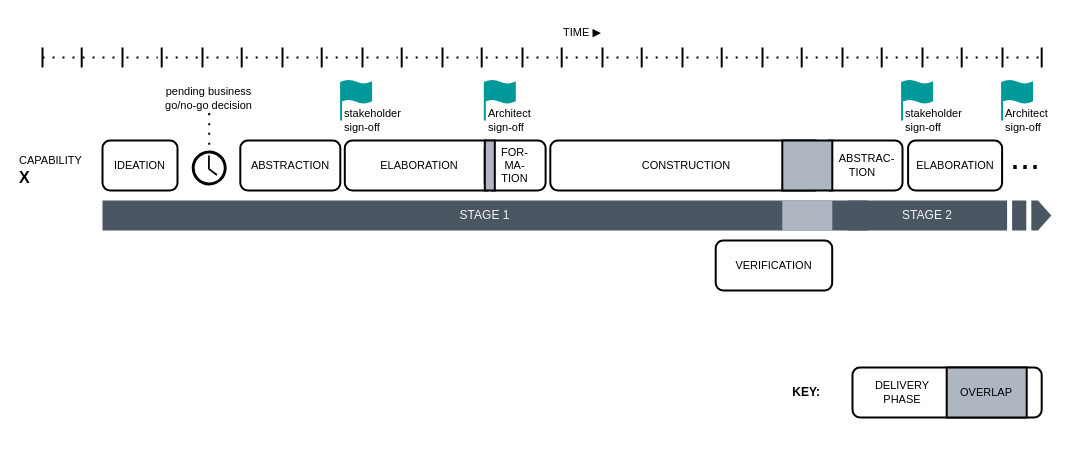
Earlier version of the draw.io diagram page "process-example-x" (4 of 13) of assets/diagrams.drawio (ekoutanov/CONTROL). Source tidied: cells renumbered, new cells numbered last; positions are measured from the earlier drawing's top-left corner, leaving out a move shared by most shapes. Both pictures are drawn from the tidied source at 100%, with x=0, y=0 at pixel (17, 17).
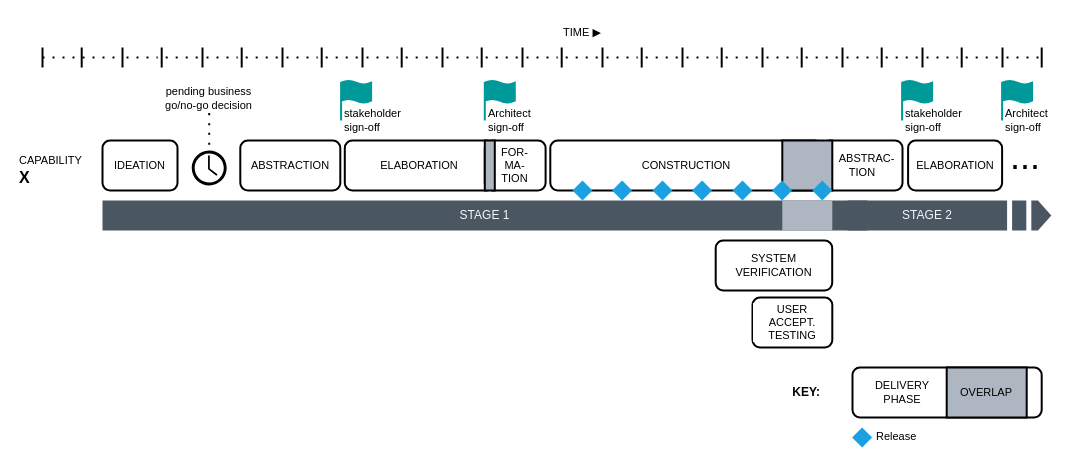
Above is the later version.

What changed in the source:
```diff
@@
-    <mxCell id="75" value="VERIFICATION" style="rounded=1;whiteSpace=wrap;html=1;fontFamily=Helvetica;fontSize=11;fontColor=default;labelBackgroundColor=default;verticalAlign=middle;strokeWidth=2;" parent="1" vertex="1">
+    <mxCell id="75" value="SYSTEM&lt;div&gt;VERIFICATION&lt;/div&gt;" style="rounded=1;whiteSpace=wrap;html=1;fontFamily=Helvetica;fontSize=11;fontColor=default;labelBackgroundColor=default;verticalAlign=middle;strokeWidth=2;" parent="1" vertex="1">
       <mxGeometry x="698.2" y="223" width="116.5" height="50" as="geometry" />
     </mxCell>
+    <mxCell id="76" value="USER ACCEPT. TESTING" style="rounded=1;whiteSpace=wrap;html=1;fontFamily=Helvetica;fontSize=11;fontColor=default;labelBackgroundColor=default;verticalAlign=middle;strokeWidth=2;" parent="1" vertex="1">
+      <mxGeometry x="735" y="280" width="79.8" height="50" as="geometry" />
+    </mxCell>
+    <mxCell id="77" style="rhombus;whiteSpace=wrap;html=1;fontFamily=Helvetica;fontSize=11;fontColor=#ffffff;labelBackgroundColor=default;fillColor=#1ba1e2;strokeColor=none;" parent="1" vertex="1">
+      <mxGeometry x="555" y="163" width="20" height="20" as="geometry" />
+    </mxCell>
+    <mxCell id="78" style="rhombus;whiteSpace=wrap;html=1;fontFamily=Helvetica;fontSize=11;fontColor=#ffffff;labelBackgroundColor=default;fillColor=#1ba1e2;strokeColor=none;" parent="1" vertex="1">
+      <mxGeometry x="594.6" y="163" width="20" height="20" as="geometry" />
+    </mxCell>
+    <mxCell id="79" style="rhombus;whiteSpace=wrap;html=1;fontFamily=Helvetica;fontSize=11;fontColor=#ffffff;labelBackgroundColor=default;fillColor=#1ba1e2;strokeColor=none;" parent="1" vertex="1">
+      <mxGeometry x="635" y="163" width="20" height="20" as="geometry" />
+    </mxCell>
+    <mxCell id="80" style="rhombus;whiteSpace=wrap;html=1;fontFamily=Helvetica;fontSize=11;fontColor=#ffffff;labelBackgroundColor=default;fillColor=#1ba1e2;strokeColor=none;" parent="1" vertex="1">
+      <mxGeometry x="674.6" y="163" width="20" height="20" as="geometry" />
+    </mxCell>
+    <mxCell id="81" style="rhombus;whiteSpace=wrap;html=1;fontFamily=Helvetica;fontSize=11;fontColor=#ffffff;labelBackgroundColor=default;fillColor=#1ba1e2;strokeColor=none;" parent="1" vertex="1">
+      <mxGeometry x="715" y="163" width="20" height="20" as="geometry" />
+    </mxCell>
+    <mxCell id="82" style="rhombus;whiteSpace=wrap;html=1;fontFamily=Helvetica;fontSize=11;fontColor=#ffffff;labelBackgroundColor=default;fillColor=#1ba1e2;strokeColor=none;" parent="1" vertex="1">
+      <mxGeometry x="754.6" y="163" width="20" height="20" as="geometry" />
+    </mxCell>
+    <mxCell id="83" style="rhombus;whiteSpace=wrap;html=1;fontFamily=Helvetica;fontSize=11;fontColor=#ffffff;labelBackgroundColor=default;fillColor=#1ba1e2;strokeColor=none;" parent="1" vertex="1">
+      <mxGeometry x="794.8" y="163" width="20" height="20" as="geometry" />
+    </mxCell>
+    <mxCell id="84" style="rhombus;whiteSpace=wrap;html=1;fontFamily=Helvetica;fontSize=11;fontColor=#ffffff;labelBackgroundColor=default;fillColor=#1ba1e2;strokeColor=none;" parent="1" vertex="1">
+      <mxGeometry x="834.6" y="410" width="20" height="20" as="geometry" />
+    </mxCell>
+    <mxCell id="85" value="Release" style="text;html=1;align=left;verticalAlign=middle;whiteSpace=wrap;rounded=0;fontFamily=Helvetica;fontSize=11;fontColor=default;labelBackgroundColor=none;" parent="1" vertex="1">
+      <mxGeometry x="856.9" y="404" width="57.7" height="30" as="geometry" />
+    </mxCell>
```
